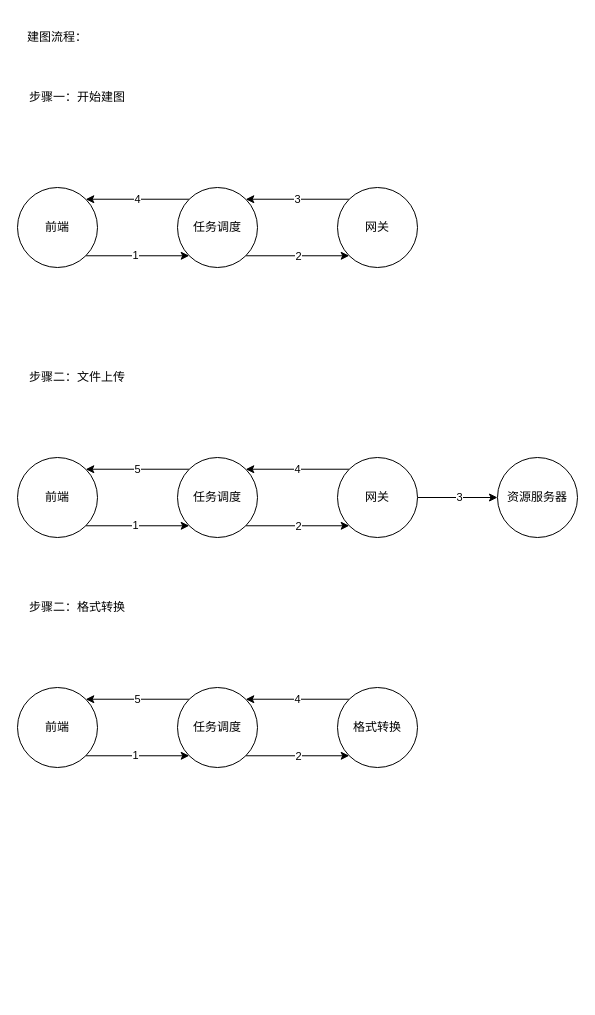
This is 建图流程.drawio from wangyufei0807/draw, a draw.io file, before an edit. Source tidied: cells renumbered, new cells numbered last; positions are measured from the earlier drawing's top-left corner, leaving out a move shared by most shapes. Both pictures are drawn from the tidied source at 100%, with x=0, y=0 at pixel (17, 17).
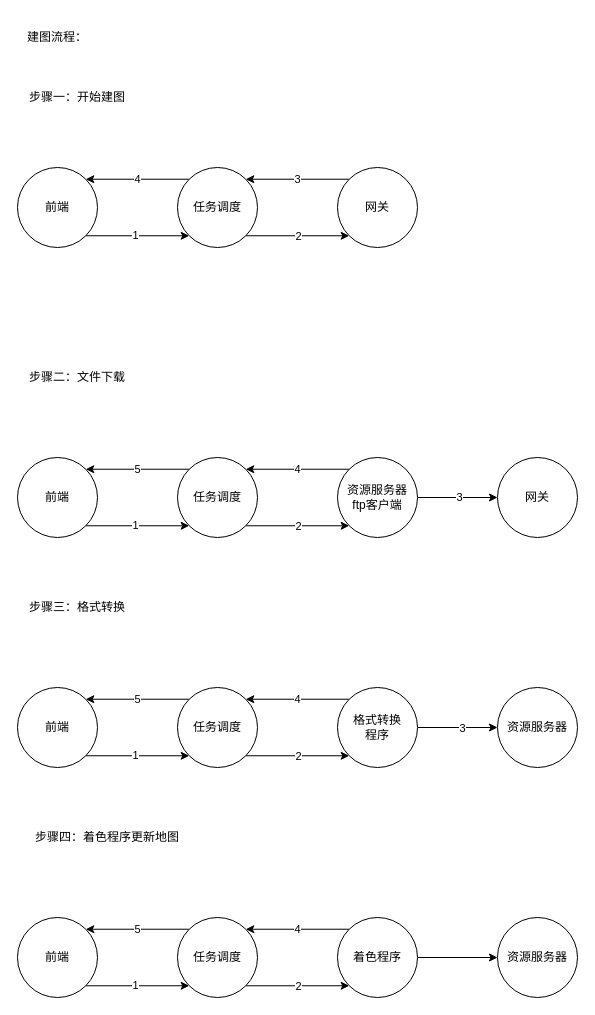
The same diagram, later.

Diff of the diagram source:
```diff
@@
     <mxCell id="4" value="前端" style="ellipse;whiteSpace=wrap;html=1;" parent="1" vertex="1">
-      <mxGeometry y="170" width="80" height="80" as="geometry" />
+      <mxGeometry y="150" width="80" height="80" as="geometry" />
     </mxCell>
@@
     <mxCell id="8" value="任务调度" style="ellipse;whiteSpace=wrap;html=1;" parent="1" vertex="1">
-      <mxGeometry x="160" y="170" width="80" height="80" as="geometry" />
+      <mxGeometry x="160" y="150" width="80" height="80" as="geometry" />
     </mxCell>
@@
     <mxCell id="10" value="网关" style="ellipse;whiteSpace=wrap;html=1;" parent="1" vertex="1">
-      <mxGeometry x="320" y="170" width="80" height="80" as="geometry" />
+      <mxGeometry x="320" y="150" width="80" height="80" as="geometry" />
     </mxCell>
@@
-    <mxCell id="12" value="步骤一：开始建图" style="text;html=1;strokeColor=none;fillColor=none;align=center;verticalAlign=middle;whiteSpace=wrap;rounded=0;" parent="1" vertex="1">
-      <mxGeometry x="10" y="70" width="100" height="20" as="geometry" />
+    <mxCell id="12" value="步骤一：开始建图" style="text;html=1;strokeColor=none;fillColor=none;align=left;verticalAlign=middle;whiteSpace=wrap;rounded=0;" parent="1" vertex="1">
+      <mxGeometry x="10" y="70" width="160" height="20" as="geometry" />
     </mxCell>
@@
-    <mxCell id="23" value="网关" style="ellipse;whiteSpace=wrap;html=1;" parent="1" vertex="1">
+    <mxCell id="23" value="资源服务器&lt;br&gt;ftp客户端" style="ellipse;whiteSpace=wrap;html=1;" parent="1" vertex="1">
       <mxGeometry x="320" y="440" width="80" height="80" as="geometry" />
     </mxCell>
-    <mxCell id="24" value="资源服务器" style="ellipse;whiteSpace=wrap;html=1;" parent="1" vertex="1">
+    <mxCell id="24" value="网关" style="ellipse;whiteSpace=wrap;html=1;" parent="1" vertex="1">
       <mxGeometry x="480" y="440" width="80" height="80" as="geometry" />
     </mxCell>
-    <mxCell id="25" value="步骤二：文件上传" style="text;html=1;strokeColor=none;fillColor=none;align=center;verticalAlign=middle;whiteSpace=wrap;rounded=0;" parent="1" vertex="1">
+    <mxCell id="25" value="步骤二：文件下载" style="text;html=1;strokeColor=none;fillColor=none;align=center;verticalAlign=middle;whiteSpace=wrap;rounded=0;" parent="1" vertex="1">
       <mxGeometry x="10" y="350" width="100" height="20" as="geometry" />
     </mxCell>
@@
+    <mxCell id="36" style="edgeStyle=orthogonalEdgeStyle;rounded=0;jettySize=auto;html=1;startArrow=none;startFill=0;" parent="1" edge="1" source="34" target="49">
+      <mxGeometry relative="1" as="geometry" />
+    </mxCell>
+    <mxCell id="37" value="3" style="edgeLabel;html=1;align=center;verticalAlign=middle;" parent="36" vertex="1">
+      <mxGeometry x="0.1" relative="1" as="geometry" />
+    </mxCell>
-    <mxCell id="34" value="格式转换" style="ellipse;whiteSpace=wrap;html=1;" parent="1" vertex="1">
+    <mxCell id="34" value="格式转换&lt;br&gt;程序" style="ellipse;whiteSpace=wrap;html=1;" parent="1" vertex="1">
       <mxGeometry x="320" y="670" width="80" height="80" as="geometry" />
     </mxCell>
-    <mxCell id="35" value="步骤二：格式转换" style="text;html=1;strokeColor=none;fillColor=none;align=center;verticalAlign=middle;whiteSpace=wrap;rounded=0;" parent="1" vertex="1">
+    <mxCell id="35" value="步骤三：格式转换" style="text;html=1;strokeColor=none;fillColor=none;align=center;verticalAlign=middle;whiteSpace=wrap;rounded=0;" parent="1" vertex="1">
       <mxGeometry x="10" y="580" width="100" height="20" as="geometry" />
     </mxCell>
+    <mxCell id="38" style="edgeStyle=orthogonalEdgeStyle;rounded=0;jettySize=auto;html=1;exitX=1;exitY=1;exitDx=0;exitDy=0;entryX=0;entryY=1;entryDx=0;entryDy=0;" parent="1" edge="1" source="40" target="44">
+      <mxGeometry relative="1" as="geometry" />
+    </mxCell>
+    <mxCell id="39" value="1" style="edgeLabel;html=1;align=center;verticalAlign=middle;" parent="38" vertex="1">
+      <mxGeometry x="-0.05" y="1" relative="1" as="geometry" />
+    </mxCell>
+    <mxCell id="40" value="前端" style="ellipse;whiteSpace=wrap;html=1;" parent="1" vertex="1">
+      <mxGeometry y="900" width="80" height="80" as="geometry" />
+    </mxCell>
+    <mxCell id="41" style="edgeStyle=orthogonalEdgeStyle;rounded=0;jettySize=auto;html=1;exitX=1;exitY=1;exitDx=0;exitDy=0;entryX=0;entryY=1;entryDx=0;entryDy=0;" parent="1" edge="1" source="44" target="47">
+      <mxGeometry relative="1" as="geometry" />
+    </mxCell>
+    <mxCell id="42" value="2" style="edgeLabel;html=1;align=center;verticalAlign=middle;" parent="41" vertex="1">
+      <mxGeometry relative="1" as="geometry" />
+    </mxCell>
+    <mxCell id="43" value="5" style="edgeStyle=orthogonalEdgeStyle;rounded=0;jettySize=auto;html=1;exitX=0;exitY=0;exitDx=0;exitDy=0;entryX=1;entryY=0;entryDx=0;entryDy=0;" parent="1" edge="1" source="44" target="40">
+      <mxGeometry relative="1" as="geometry" />
+    </mxCell>
+    <mxCell id="44" value="任务调度" style="ellipse;whiteSpace=wrap;html=1;" parent="1" vertex="1">
+      <mxGeometry x="160" y="900" width="80" height="80" as="geometry" />
+    </mxCell>
+    <mxCell id="45" value="4" style="edgeStyle=orthogonalEdgeStyle;rounded=0;jettySize=auto;html=1;exitX=0;exitY=0;exitDx=0;exitDy=0;entryX=1;entryY=0;entryDx=0;entryDy=0;" parent="1" edge="1" source="47" target="44">
+      <mxGeometry relative="1" as="geometry" />
+    </mxCell>
+    <mxCell id="46" style="edgeStyle=orthogonalEdgeStyle;rounded=0;jettySize=auto;html=1;startArrow=none;startFill=0;" parent="1" edge="1" source="47" target="50">
+      <mxGeometry relative="1" as="geometry" />
+    </mxCell>
+    <mxCell id="47" value="着色程序" style="ellipse;whiteSpace=wrap;html=1;" parent="1" vertex="1">
+      <mxGeometry x="320" y="900" width="80" height="80" as="geometry" />
+    </mxCell>
+    <mxCell id="48" value="步骤四：着色程序更新地图" style="text;html=1;strokeColor=none;fillColor=none;align=center;verticalAlign=middle;whiteSpace=wrap;rounded=0;" parent="1" vertex="1">
+      <mxGeometry x="10" y="810" width="160" height="20" as="geometry" />
+    </mxCell>
+    <mxCell id="49" value="资源服务器" style="ellipse;whiteSpace=wrap;html=1;" parent="1" vertex="1">
+      <mxGeometry x="480" y="670" width="80" height="80" as="geometry" />
+    </mxCell>
+    <mxCell id="50" value="资源服务器" style="ellipse;whiteSpace=wrap;html=1;" parent="1" vertex="1">
+      <mxGeometry x="480" y="900" width="80" height="80" as="geometry" />
+    </mxCell>
```
